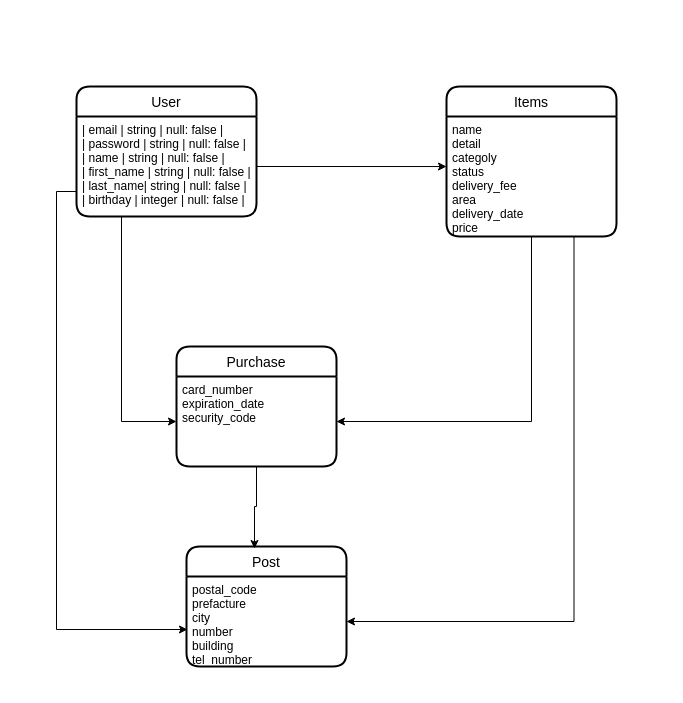
The draw.io diagram ER.dio in NobuMuto/furima-31535, before the edit. Source tidied: cells renumbered, new cells numbered last; positions are measured from the earlier drawing's top-left corner, leaving out a move shared by most shapes. Both pictures are drawn from the tidied source at 100%, with x=0, y=0 at pixel (76, 86).
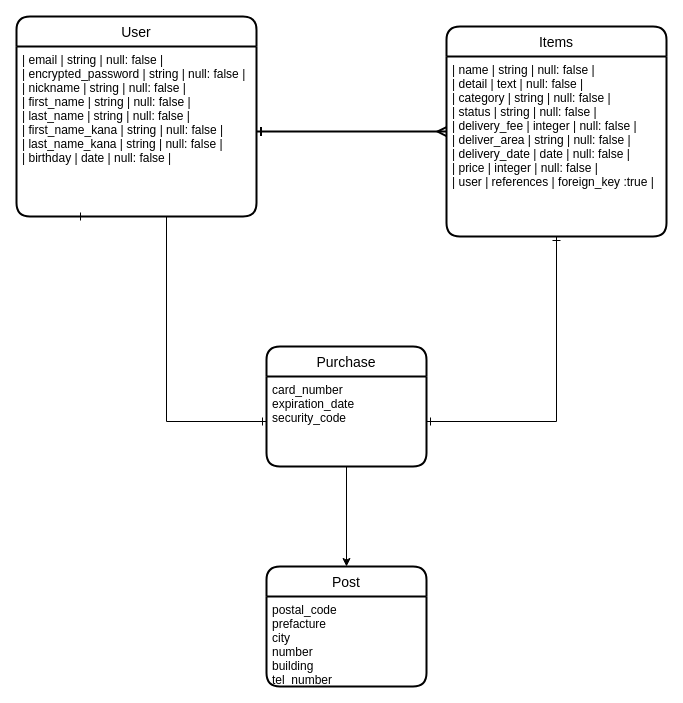
The same page after the edit.

Commit message (it also covers changes not shown here):
item, purchaseの修正

Diff of the diagram source:
```diff
@@
 <mxGraphModel>
   <root>
     <mxCell id="0" />
     <mxCell id="1" parent="0" />
     <mxCell id="2" value="User" style="swimlane;horizontal=1;startSize=30;rounded=1;fontSize=14;fontStyle=0;strokeWidth=2;shadow=0;dashed=0;align=center;" parent="1" vertex="1">
-      <mxGeometry width="180" height="130" as="geometry" />
+      <mxGeometry x="-60" y="-70" width="240" height="200" as="geometry" />
     </mxCell>
-    <mxCell id="3" value="| email      | string | null: false |&#10;| password   | string | null: false |&#10;| name       | string | null: false |&#10;| first_name | string | null: false |&#10;| last_name| string | null: false |&#10;| birthday | integer | null: false |" style="align=left;strokeColor=none;fillColor=none;spacingLeft=4;fontSize=12;verticalAlign=top;" parent="2" vertex="1">
-      <mxGeometry y="30" width="180" height="100" as="geometry" />
+    <mxCell id="3" value="| email              | string | null: false |&#10;| encrypted_password | string | null: false |&#10;| nickname           | string | null: false |&#10;| first_name         | string | null: false |&#10;| last_name          | string | null: false |&#10;| first_name_kana    | string | null: false |&#10;| last_name_kana     | string | null: false |&#10;| birthday           | date   | null: false |" style="align=left;strokeColor=none;fillColor=none;spacingLeft=4;fontSize=12;verticalAlign=top;" parent="2" vertex="1">
+      <mxGeometry y="30" width="240" height="170" as="geometry" />
     </mxCell>
     <mxCell id="4" value="Items" style="swimlane;horizontal=1;startSize=30;rounded=1;fontSize=14;fontStyle=0;strokeWidth=2;shadow=0;dashed=0;align=center;" parent="1" vertex="1">
-      <mxGeometry x="370" width="170" height="150" as="geometry" />
+      <mxGeometry x="370" y="-60" width="220" height="210" as="geometry" />
     </mxCell>
-    <mxCell id="5" value="name&#10;detail&#10;categoly&#10;status&#10;delivery_fee&#10;area&#10;delivery_date&#10;price&#10;&#10;" style="align=left;strokeColor=none;fillColor=none;spacingLeft=4;fontSize=12;verticalAlign=top;" parent="4" vertex="1">
-      <mxGeometry y="30" width="170" height="120" as="geometry" />
+    <mxCell id="5" value="| name          | string     | null: false       |&#10;| detail        | text       | null: false       |&#10;| category      | string     | null: false       |&#10;| status        | string     | null: false       |&#10;| delivery_fee  | integer    | null: false       |&#10;| deliver_area  | string     | null: false       |&#10;| delivery_date | date       | null: false       |&#10;| price         | integer    | null: false       |&#10;| user          | references | foreign_key :true |" style="align=left;strokeColor=none;fillColor=none;spacingLeft=4;fontSize=12;verticalAlign=top;" parent="4" vertex="1">
+      <mxGeometry y="30" width="220" height="180" as="geometry" />
     </mxCell>
     <mxCell id="6" value="Purchase" style="swimlane;horizontal=1;startSize=30;rounded=1;fontSize=14;fontStyle=0;strokeWidth=2;shadow=0;dashed=0;align=center;" parent="1" vertex="1">
-      <mxGeometry x="100" y="260" width="160" height="120" as="geometry" />
+      <mxGeometry x="190" y="260" width="160" height="120" as="geometry" />
     </mxCell>
     <mxCell id="7" value="card_number&#10;expiration_date&#10;security_code" style="align=left;strokeColor=none;fillColor=none;spacingLeft=4;fontSize=12;verticalAlign=top;" parent="6" vertex="1">
       <mxGeometry y="30" width="160" height="90" as="geometry" />
     </mxCell>
     <mxCell id="8" value="Post" style="swimlane;horizontal=1;startSize=30;rounded=1;fontSize=14;fontStyle=0;strokeWidth=2;shadow=0;dashed=0;align=center;" parent="1" vertex="1">
-      <mxGeometry x="110" y="460" width="160" height="120" as="geometry" />
+      <mxGeometry x="190" y="480" width="160" height="120" as="geometry" />
     </mxCell>
     <mxCell id="9" value="postal_code&#10;prefacture&#10;city&#10;number&#10;building&#10;tel_number" style="align=left;strokeColor=none;fillColor=none;spacingLeft=4;fontSize=12;verticalAlign=top;" parent="8" vertex="1">
       <mxGeometry y="30" width="160" height="90" as="geometry" />
     </mxCell>
-    <mxCell id="10" style="edgeStyle=orthogonalEdgeStyle;rounded=0;jettySize=auto;html=1;exitX=1;exitY=0.5;exitDx=0;exitDy=0;entryX=0;entryY=0.417;entryDx=0;entryDy=0;entryPerimeter=0;" parent="1" edge="1" source="3" target="5">
+    <mxCell id="10" style="edgeStyle=orthogonalEdgeStyle;rounded=0;jettySize=auto;html=1;exitX=1;exitY=0.5;exitDx=0;exitDy=0;entryX=0;entryY=0.417;entryDx=0;entryDy=0;entryPerimeter=0;endArrow=ERmany;endFill=0;startArrow=ERone;startFill=0;strokeWidth=2;" parent="1" edge="1" source="3" target="5">
       <mxGeometry relative="1" as="geometry" />
     </mxCell>
-    <mxCell id="11" style="edgeStyle=orthogonalEdgeStyle;rounded=0;jettySize=auto;html=1;exitX=0.25;exitY=1;exitDx=0;exitDy=0;entryX=0;entryY=0.5;entryDx=0;entryDy=0;" parent="1" edge="1" source="3" target="7">
-      <mxGeometry relative="1" as="geometry" />
+    <mxCell id="11" style="edgeStyle=orthogonalEdgeStyle;rounded=0;jettySize=auto;html=1;exitX=0.25;exitY=1;exitDx=0;exitDy=0;entryX=0;entryY=0.5;entryDx=0;entryDy=0;startArrow=ERone;startFill=0;endArrow=ERone;endFill=0;" parent="1" edge="1" source="3" target="7">
+      <mxGeometry relative="1" as="geometry">
+        <Array as="points">
+          <mxPoint x="90" y="130" />
+          <mxPoint x="90" y="335" />
+        </Array>
+      </mxGeometry>
     </mxCell>
-    <mxCell id="12" style="edgeStyle=orthogonalEdgeStyle;rounded=0;jettySize=auto;html=1;exitX=0.5;exitY=1;exitDx=0;exitDy=0;entryX=1;entryY=0.5;entryDx=0;entryDy=0;" parent="1" edge="1" source="5" target="7">
+    <mxCell id="12" style="edgeStyle=orthogonalEdgeStyle;rounded=0;jettySize=auto;html=1;exitX=0.5;exitY=1;exitDx=0;exitDy=0;entryX=1;entryY=0.5;entryDx=0;entryDy=0;startArrow=ERone;startFill=0;endArrow=ERone;endFill=0;" parent="1" edge="1" source="5" target="7">
       <mxGeometry relative="1" as="geometry" />
     </mxCell>
-    <mxCell id="13" style="edgeStyle=orthogonalEdgeStyle;rounded=0;jettySize=auto;html=1;exitX=0.5;exitY=1;exitDx=0;exitDy=0;entryX=0.425;entryY=0.017;entryDx=0;entryDy=0;entryPerimeter=0;" parent="1" edge="1" source="7" target="8">
+    <mxCell id="13" style="edgeStyle=orthogonalEdgeStyle;rounded=0;jettySize=auto;html=1;exitX=0.5;exitY=1;exitDx=0;exitDy=0;entryX=0.5;entryY=0;entryDx=0;entryDy=0;" parent="1" edge="1" source="7" target="8">
       <mxGeometry relative="1" as="geometry" />
     </mxCell>
-    <mxCell id="14" style="edgeStyle=orthogonalEdgeStyle;rounded=0;jettySize=auto;html=1;exitX=0;exitY=0.75;exitDx=0;exitDy=0;entryX=0.006;entryY=0.589;entryDx=0;entryDy=0;entryPerimeter=0;" parent="1" edge="1" source="3" target="9">
-      <mxGeometry relative="1" as="geometry" />
-    </mxCell>
-    <mxCell id="15" style="edgeStyle=orthogonalEdgeStyle;rounded=0;jettySize=auto;html=1;exitX=0.75;exitY=1;exitDx=0;exitDy=0;entryX=1;entryY=0.5;entryDx=0;entryDy=0;" parent="1" edge="1" source="5" target="9">
-      <mxGeometry relative="1" as="geometry" />
-    </mxCell>
   </root>
 </mxGraphModel>
```
